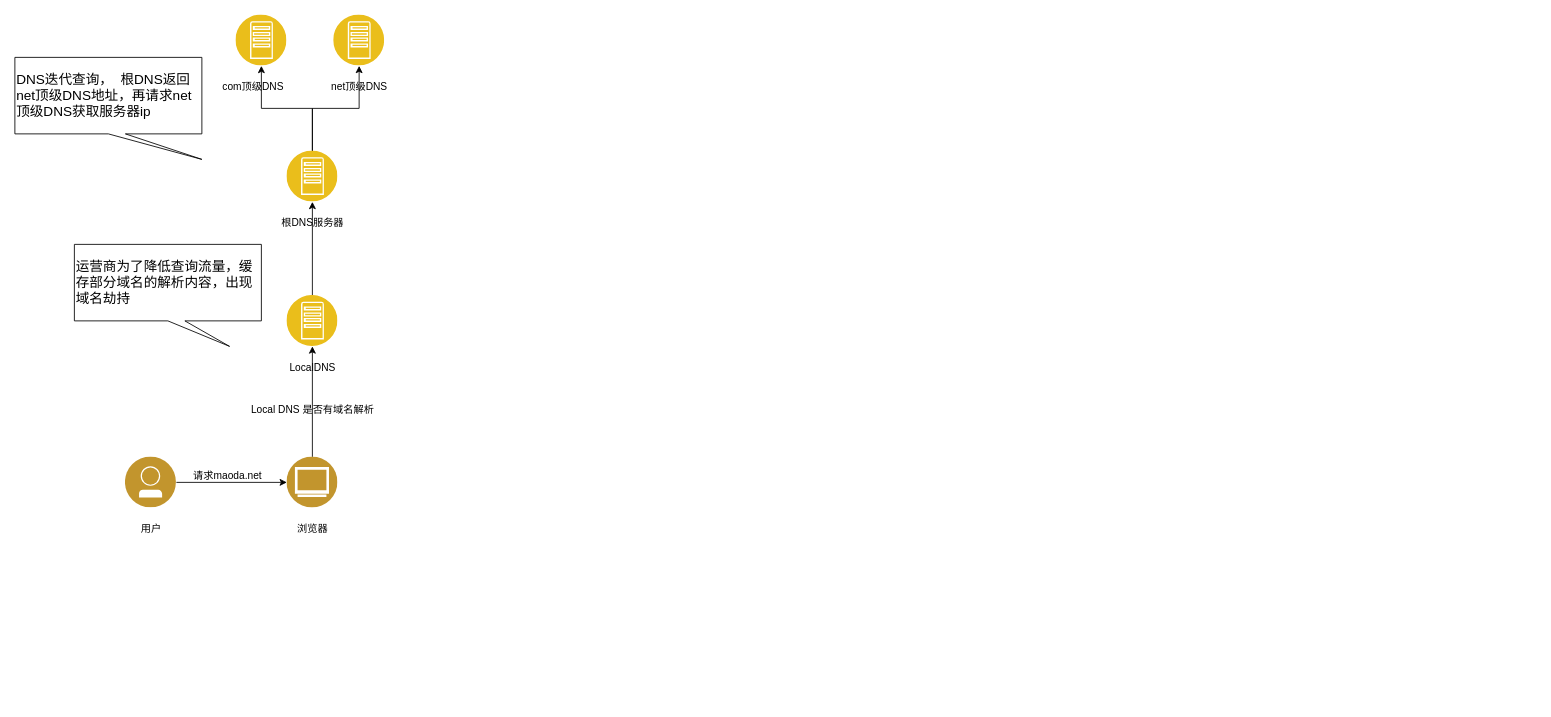
Above: HTTP请求响应的全链路.drawio in ChengziMao/helloword (draw.io), before the change. Source tidied: cells renumbered, new cells numbered last; positions are measured from the earlier drawing's top-left corner, leaving out a move shared by most shapes. Both pictures are drawn from the tidied source at 85%, with x=0, y=0 at pixel (14, 14).
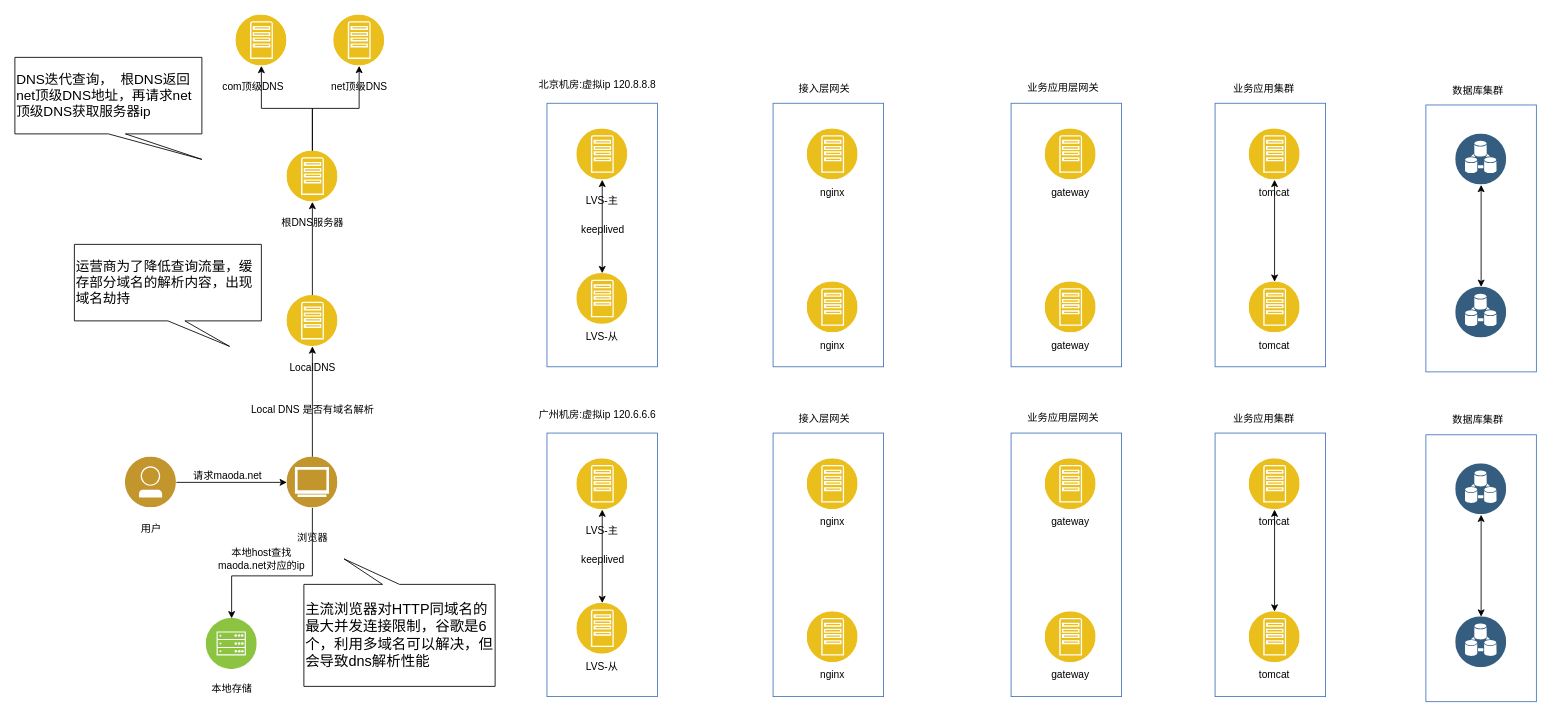
The same diagram, later.

Commit message (it also covers changes not shown here):
更新HTTP请求响应的全链路.drawio

The change refers to these unchanged cells:
```xml
<mxCell id="6" style="image;perimeter=ellipsePerimeter;html=1;align=center;shadow=0;dashed=0;fontColor=#4277BB;labelBackgroundColor=default;fontSize=12;spacingTop=3;image=img/lib/ibm/users/browser.svg;" parent="1" vertex="1">
  <mxGeometry x="320" y="520" width="60" height="60" as="geometry" />
</mxCell>
```

What changed in the source:
```diff
@@
+    <mxCell id="23" style="edgeStyle=orthogonalEdgeStyle;rounded=0;jettySize=auto;html=1;entryX=0.5;entryY=0;entryDx=0;entryDy=0;" parent="1" edge="1" source="6" target="24">
+      <mxGeometry relative="1" as="geometry">
+        <Array as="points">
+          <mxPoint x="350" y="660" />
+          <mxPoint x="255" y="660" />
+        </Array>
+      </mxGeometry>
+    </mxCell>
@@
     <mxCell id="7" value="浏览器" style="text;html=1;align=center;verticalAlign=middle;strokeColor=none;fillColor=none;" parent="1" vertex="1">
-      <mxGeometry x="320" y="590" width="60" height="30" as="geometry" />
+      <mxGeometry x="320" y="600" width="60" height="30" as="geometry" />
     </mxCell>
@@
+    <mxCell id="24" style="image;perimeter=ellipsePerimeter;html=1;align=center;shadow=0;dashed=0;fontColor=#4277BB;labelBackgroundColor=default;fontSize=12;spacingTop=3;image=img/lib/ibm/infrastructure/mobile_backend.svg;" parent="1" vertex="1">
+      <mxGeometry x="225" y="710" width="60" height="60" as="geometry" />
+    </mxCell>
+    <mxCell id="25" value="本地存储" style="text;html=1;align=center;verticalAlign=middle;strokeColor=none;fillColor=none;" parent="1" vertex="1">
+      <mxGeometry x="220" y="778" width="70" height="30" as="geometry" />
+    </mxCell>
+    <mxCell id="26" value="本地host查找&lt;div&gt;maoda.net对应的ip&lt;/div&gt;" style="text;html=1;align=center;verticalAlign=middle;strokeColor=none;fillColor=none;" parent="1" vertex="1">
+      <mxGeometry x="225" y="620" width="130" height="40" as="geometry" />
+    </mxCell>
+    <mxCell id="27" value="主流浏览器对HTTP同域名的最大并发连接限制，谷歌是6个，利用多域名可以解决，但会导致dns解析性能" style="shape=callout;whiteSpace=wrap;html=1;perimeter=calloutPerimeter;direction=west;position2=0.79;align=left;fontSize=17;" parent="1" vertex="1">
+      <mxGeometry x="340" y="640" width="225" height="150" as="geometry" />
+    </mxCell>
+    <mxCell id="28" style="fontStyle=0;verticalAlign=top;align=center;spacingTop=-2;fillColor=none;rounded=0;whiteSpace=wrap;html=1;strokeColor=#4376BB;strokeWidth=1;dashed=0;" parent="1" vertex="1">
+      <mxGeometry x="626" y="104" width="130" height="310" as="geometry" />
+    </mxCell>
+    <mxCell id="29" style="image;perimeter=ellipsePerimeter;html=1;align=center;shadow=0;dashed=0;fontColor=#4277BB;labelBackgroundColor=default;fontSize=12;spacingTop=3;image=img/lib/ibm/applications/app_server.svg;" parent="28" vertex="1">
+      <mxGeometry x="35" y="30" width="60" height="60" as="geometry" />
+    </mxCell>
+    <mxCell id="30" style="image;perimeter=ellipsePerimeter;html=1;align=center;shadow=0;dashed=0;fontColor=#4277BB;labelBackgroundColor=default;fontSize=12;spacingTop=3;image=img/lib/ibm/applications/app_server.svg;" parent="28" vertex="1">
+      <mxGeometry x="35" y="200" width="60" height="60" as="geometry" />
+    </mxCell>
+    <mxCell id="31" style="endArrow=classic;startArrow=classic;html=1;rounded=0;exitX=0.5;exitY=0;exitDx=0;exitDy=0;" parent="28" edge="1" source="30" target="29">
+      <mxGeometry relative="1" as="geometry" />
+    </mxCell>
+    <mxCell id="32" value="LVS-从" style="text;html=1;align=center;verticalAlign=middle;whiteSpace=wrap;rounded=0;" parent="28" vertex="1">
+      <mxGeometry x="35" y="260" width="60" height="30" as="geometry" />
+    </mxCell>
+    <mxCell id="33" value="LVS-主" style="text;html=1;align=center;verticalAlign=middle;whiteSpace=wrap;rounded=0;" parent="28" vertex="1">
+      <mxGeometry x="35" y="100" width="60" height="30" as="geometry" />
+    </mxCell>
+    <mxCell id="34" value="keeplived" style="text;html=1;align=center;verticalAlign=middle;whiteSpace=wrap;rounded=0;" parent="28" vertex="1">
+      <mxGeometry x="36" y="134" width="60" height="30" as="geometry" />
+    </mxCell>
+    <mxCell id="35" style="fontStyle=0;verticalAlign=top;align=center;spacingTop=-2;fillColor=none;rounded=0;whiteSpace=wrap;html=1;strokeColor=#4376BB;strokeWidth=1;dashed=0;" parent="1" vertex="1">
+      <mxGeometry x="892" y="104" width="130" height="310" as="geometry" />
+    </mxCell>
+    <mxCell id="36" style="image;perimeter=ellipsePerimeter;html=1;align=center;shadow=0;dashed=0;fontColor=#4277BB;labelBackgroundColor=default;fontSize=12;spacingTop=3;image=img/lib/ibm/applications/app_server.svg;" parent="35" vertex="1">
+      <mxGeometry x="40" y="30" width="60" height="60" as="geometry" />
+    </mxCell>
+    <mxCell id="37" style="image;perimeter=ellipsePerimeter;html=1;align=center;shadow=0;dashed=0;fontColor=#4277BB;labelBackgroundColor=default;fontSize=12;spacingTop=3;image=img/lib/ibm/applications/app_server.svg;" parent="35" vertex="1">
+      <mxGeometry x="40" y="210" width="60" height="60" as="geometry" />
+    </mxCell>
+    <mxCell id="38" value="nginx" style="text;html=1;align=center;verticalAlign=middle;whiteSpace=wrap;rounded=0;" parent="35" vertex="1">
+      <mxGeometry x="40" y="90" width="60" height="30" as="geometry" />
+    </mxCell>
+    <mxCell id="39" value="nginx" style="text;html=1;align=center;verticalAlign=middle;whiteSpace=wrap;rounded=0;" parent="35" vertex="1">
+      <mxGeometry x="40" y="270" width="60" height="30" as="geometry" />
+    </mxCell>
+    <mxCell id="40" style="fontStyle=0;verticalAlign=top;align=center;spacingTop=-2;fillColor=none;rounded=0;whiteSpace=wrap;html=1;strokeColor=#4376BB;strokeWidth=1;dashed=0;" parent="1" vertex="1">
+      <mxGeometry x="1172" y="104" width="130" height="310" as="geometry" />
+    </mxCell>
+    <mxCell id="41" style="image;perimeter=ellipsePerimeter;html=1;align=center;shadow=0;dashed=0;fontColor=#4277BB;labelBackgroundColor=default;fontSize=12;spacingTop=3;image=img/lib/ibm/applications/app_server.svg;" parent="40" vertex="1">
+      <mxGeometry x="40" y="30" width="60" height="60" as="geometry" />
+    </mxCell>
+    <mxCell id="42" style="image;perimeter=ellipsePerimeter;html=1;align=center;shadow=0;dashed=0;fontColor=#4277BB;labelBackgroundColor=default;fontSize=12;spacingTop=3;image=img/lib/ibm/applications/app_server.svg;" parent="40" vertex="1">
+      <mxGeometry x="40" y="210" width="60" height="60" as="geometry" />
+    </mxCell>
+    <mxCell id="43" value="gateway" style="text;html=1;align=center;verticalAlign=middle;whiteSpace=wrap;rounded=0;" parent="40" vertex="1">
+      <mxGeometry x="40" y="90" width="60" height="30" as="geometry" />
+    </mxCell>
+    <mxCell id="44" value="gateway" style="text;html=1;align=center;verticalAlign=middle;whiteSpace=wrap;rounded=0;" parent="40" vertex="1">
+      <mxGeometry x="40" y="270" width="60" height="30" as="geometry" />
+    </mxCell>
+    <mxCell id="45" style="fontStyle=0;verticalAlign=top;align=center;spacingTop=-2;fillColor=none;rounded=0;whiteSpace=wrap;html=1;strokeColor=#4376BB;strokeWidth=1;dashed=0;" parent="1" vertex="1">
+      <mxGeometry x="1412" y="104" width="130" height="310" as="geometry" />
+    </mxCell>
+    <mxCell id="46" style="image;perimeter=ellipsePerimeter;html=1;align=center;shadow=0;dashed=0;fontColor=#4277BB;labelBackgroundColor=default;fontSize=12;spacingTop=3;image=img/lib/ibm/applications/app_server.svg;" parent="45" vertex="1">
+      <mxGeometry x="40" y="30" width="60" height="60" as="geometry" />
+    </mxCell>
+    <mxCell id="47" style="image;perimeter=ellipsePerimeter;html=1;align=center;shadow=0;dashed=0;fontColor=#4277BB;labelBackgroundColor=default;fontSize=12;spacingTop=3;image=img/lib/ibm/applications/app_server.svg;" parent="45" vertex="1">
+      <mxGeometry x="40" y="210" width="60" height="60" as="geometry" />
+    </mxCell>
+    <mxCell id="48" value="tomcat" style="text;html=1;align=center;verticalAlign=middle;whiteSpace=wrap;rounded=0;" parent="45" vertex="1">
+      <mxGeometry x="40" y="90" width="60" height="30" as="geometry" />
+    </mxCell>
+    <mxCell id="49" value="tomcat" style="text;html=1;align=center;verticalAlign=middle;whiteSpace=wrap;rounded=0;" parent="45" vertex="1">
+      <mxGeometry x="40" y="270" width="60" height="30" as="geometry" />
+    </mxCell>
+    <mxCell id="50" style="endArrow=classic;startArrow=classic;html=1;rounded=0;" parent="45" edge="1" source="47" target="46">
+      <mxGeometry relative="1" as="geometry" />
+    </mxCell>
+    <mxCell id="51" style="fontStyle=0;verticalAlign=top;align=center;spacingTop=-2;fillColor=none;rounded=0;whiteSpace=wrap;html=1;strokeColor=#4376BB;strokeWidth=1;dashed=0;" parent="1" vertex="1">
+      <mxGeometry x="1660" y="106" width="130" height="314" as="geometry" />
+    </mxCell>
+    <mxCell id="52" style="image;perimeter=ellipsePerimeter;html=1;align=center;shadow=0;dashed=0;fontColor=#4277BB;labelBackgroundColor=default;fontSize=12;spacingTop=3;image=img/lib/ibm/data/device_registry.svg;" parent="51" vertex="1">
+      <mxGeometry x="35" y="34" width="60" height="60" as="geometry" />
+    </mxCell>
+    <mxCell id="53" style="image;perimeter=ellipsePerimeter;html=1;align=center;shadow=0;dashed=0;fontColor=#4277BB;labelBackgroundColor=default;fontSize=12;spacingTop=3;image=img/lib/ibm/data/device_registry.svg;" parent="51" vertex="1">
+      <mxGeometry x="35" y="214" width="60" height="60" as="geometry" />
+    </mxCell>
+    <mxCell id="54" style="endArrow=classic;startArrow=classic;html=1;rounded=0;" parent="51" edge="1" source="53" target="52">
+      <mxGeometry relative="1" as="geometry" />
+    </mxCell>
+    <mxCell id="55" value="北京机房:虚拟ip 120.8.8.8" style="text;html=1;align=center;verticalAlign=middle;strokeColor=none;fillColor=none;" parent="1" vertex="1">
+      <mxGeometry x="605" y="68" width="160" height="30" as="geometry" />
+    </mxCell>
+    <mxCell id="56" value="接入层网关" style="text;html=1;align=center;verticalAlign=middle;strokeColor=none;fillColor=none;" parent="1" vertex="1">
+      <mxGeometry x="912" y="72" width="80" height="30" as="geometry" />
+    </mxCell>
+    <mxCell id="57" value="业务应用层网关" style="text;html=1;align=center;verticalAlign=middle;strokeColor=none;fillColor=none;" parent="1" vertex="1">
+      <mxGeometry x="1178" y="71" width="110" height="30" as="geometry" />
+    </mxCell>
+    <mxCell id="58" value="业务应用集群" style="text;html=1;align=center;verticalAlign=middle;strokeColor=none;fillColor=none;" parent="1" vertex="1">
+      <mxGeometry x="1419" y="72" width="100" height="30" as="geometry" />
+    </mxCell>
+    <mxCell id="59" value="数据库集群" style="text;html=1;align=center;verticalAlign=middle;strokeColor=none;fillColor=none;" parent="1" vertex="1">
+      <mxGeometry x="1681" y="74" width="80" height="30" as="geometry" />
+    </mxCell>
+    <mxCell id="60" style="fontStyle=0;verticalAlign=top;align=center;spacingTop=-2;fillColor=none;rounded=0;whiteSpace=wrap;html=1;strokeColor=#4376BB;strokeWidth=1;dashed=0;" parent="1" vertex="1">
+      <mxGeometry x="626" y="492" width="130" height="310" as="geometry" />
+    </mxCell>
+    <mxCell id="61" style="image;perimeter=ellipsePerimeter;html=1;align=center;shadow=0;dashed=0;fontColor=#4277BB;labelBackgroundColor=default;fontSize=12;spacingTop=3;image=img/lib/ibm/applications/app_server.svg;" parent="60" vertex="1">
+      <mxGeometry x="35" y="30" width="60" height="60" as="geometry" />
+    </mxCell>
+    <mxCell id="62" style="image;perimeter=ellipsePerimeter;html=1;align=center;shadow=0;dashed=0;fontColor=#4277BB;labelBackgroundColor=default;fontSize=12;spacingTop=3;image=img/lib/ibm/applications/app_server.svg;" parent="60" vertex="1">
+      <mxGeometry x="35" y="200" width="60" height="60" as="geometry" />
+    </mxCell>
+    <mxCell id="63" style="endArrow=classic;startArrow=classic;html=1;rounded=0;exitX=0.5;exitY=0;exitDx=0;exitDy=0;" parent="60" edge="1" source="62" target="61">
+      <mxGeometry relative="1" as="geometry" />
+    </mxCell>
+    <mxCell id="64" value="LVS-从" style="text;html=1;align=center;verticalAlign=middle;whiteSpace=wrap;rounded=0;" parent="60" vertex="1">
+      <mxGeometry x="35" y="260" width="60" height="30" as="geometry" />
+    </mxCell>
+    <mxCell id="65" value="LVS-主" style="text;html=1;align=center;verticalAlign=middle;whiteSpace=wrap;rounded=0;" parent="60" vertex="1">
+      <mxGeometry x="35" y="100" width="60" height="30" as="geometry" />
+    </mxCell>
+    <mxCell id="66" value="keeplived" style="text;html=1;align=center;verticalAlign=middle;whiteSpace=wrap;rounded=0;" parent="60" vertex="1">
+      <mxGeometry x="36" y="134" width="60" height="30" as="geometry" />
+    </mxCell>
+    <mxCell id="67" style="fontStyle=0;verticalAlign=top;align=center;spacingTop=-2;fillColor=none;rounded=0;whiteSpace=wrap;html=1;strokeColor=#4376BB;strokeWidth=1;dashed=0;" parent="1" vertex="1">
+      <mxGeometry x="892" y="492" width="130" height="310" as="geometry" />
+    </mxCell>
+    <mxCell id="68" style="image;perimeter=ellipsePerimeter;html=1;align=center;shadow=0;dashed=0;fontColor=#4277BB;labelBackgroundColor=default;fontSize=12;spacingTop=3;image=img/lib/ibm/applications/app_server.svg;" parent="67" vertex="1">
+      <mxGeometry x="40" y="30" width="60" height="60" as="geometry" />
+    </mxCell>
+    <mxCell id="69" style="image;perimeter=ellipsePerimeter;html=1;align=center;shadow=0;dashed=0;fontColor=#4277BB;labelBackgroundColor=default;fontSize=12;spacingTop=3;image=img/lib/ibm/applications/app_server.svg;" parent="67" vertex="1">
+      <mxGeometry x="40" y="210" width="60" height="60" as="geometry" />
+    </mxCell>
+    <mxCell id="70" value="nginx" style="text;html=1;align=center;verticalAlign=middle;whiteSpace=wrap;rounded=0;" parent="67" vertex="1">
+      <mxGeometry x="40" y="90" width="60" height="30" as="geometry" />
+    </mxCell>
+    <mxCell id="71" value="nginx" style="text;html=1;align=center;verticalAlign=middle;whiteSpace=wrap;rounded=0;" parent="67" vertex="1">
+      <mxGeometry x="40" y="270" width="60" height="30" as="geometry" />
+    </mxCell>
+    <mxCell id="72" style="fontStyle=0;verticalAlign=top;align=center;spacingTop=-2;fillColor=none;rounded=0;whiteSpace=wrap;html=1;strokeColor=#4376BB;strokeWidth=1;dashed=0;" parent="1" vertex="1">
+      <mxGeometry x="1172" y="492" width="130" height="310" as="geometry" />
+    </mxCell>
+    <mxCell id="73" style="image;perimeter=ellipsePerimeter;html=1;align=center;shadow=0;dashed=0;fontColor=#4277BB;labelBackgroundColor=default;fontSize=12;spacingTop=3;image=img/lib/ibm/applications/app_server.svg;" parent="72" vertex="1">
+      <mxGeometry x="40" y="30" width="60" height="60" as="geometry" />
+    </mxCell>
+    <mxCell id="74" style="image;perimeter=ellipsePerimeter;html=1;align=center;shadow=0;dashed=0;fontColor=#4277BB;labelBackgroundColor=default;fontSize=12;spacingTop=3;image=img/lib/ibm/applications/app_server.svg;" parent="72" vertex="1">
+      <mxGeometry x="40" y="210" width="60" height="60" as="geometry" />
+    </mxCell>
+    <mxCell id="75" value="gateway" style="text;html=1;align=center;verticalAlign=middle;whiteSpace=wrap;rounded=0;" parent="72" vertex="1">
+      <mxGeometry x="40" y="90" width="60" height="30" as="geometry" />
+    </mxCell>
+    <mxCell id="76" value="gateway" style="text;html=1;align=center;verticalAlign=middle;whiteSpace=wrap;rounded=0;" parent="72" vertex="1">
+      <mxGeometry x="40" y="270" width="60" height="30" as="geometry" />
+    </mxCell>
+    <mxCell id="77" style="fontStyle=0;verticalAlign=top;align=center;spacingTop=-2;fillColor=none;rounded=0;whiteSpace=wrap;html=1;strokeColor=#4376BB;strokeWidth=1;dashed=0;" parent="1" vertex="1">
+      <mxGeometry x="1412" y="492" width="130" height="310" as="geometry" />
+    </mxCell>
+    <mxCell id="78" style="image;perimeter=ellipsePerimeter;html=1;align=center;shadow=0;dashed=0;fontColor=#4277BB;labelBackgroundColor=default;fontSize=12;spacingTop=3;image=img/lib/ibm/applications/app_server.svg;" parent="77" vertex="1">
+      <mxGeometry x="40" y="30" width="60" height="60" as="geometry" />
+    </mxCell>
+    <mxCell id="79" style="image;perimeter=ellipsePerimeter;html=1;align=center;shadow=0;dashed=0;fontColor=#4277BB;labelBackgroundColor=default;fontSize=12;spacingTop=3;image=img/lib/ibm/applications/app_server.svg;" parent="77" vertex="1">
+      <mxGeometry x="40" y="210" width="60" height="60" as="geometry" />
+    </mxCell>
+    <mxCell id="80" value="tomcat" style="text;html=1;align=center;verticalAlign=middle;whiteSpace=wrap;rounded=0;" parent="77" vertex="1">
+      <mxGeometry x="40" y="90" width="60" height="30" as="geometry" />
+    </mxCell>
+    <mxCell id="81" value="tomcat" style="text;html=1;align=center;verticalAlign=middle;whiteSpace=wrap;rounded=0;" parent="77" vertex="1">
+      <mxGeometry x="40" y="270" width="60" height="30" as="geometry" />
+    </mxCell>
+    <mxCell id="82" style="endArrow=classic;startArrow=classic;html=1;rounded=0;" parent="77" edge="1" source="79" target="78">
+      <mxGeometry relative="1" as="geometry" />
+    </mxCell>
+    <mxCell id="83" style="fontStyle=0;verticalAlign=top;align=center;spacingTop=-2;fillColor=none;rounded=0;whiteSpace=wrap;html=1;strokeColor=#4376BB;strokeWidth=1;dashed=0;" parent="1" vertex="1">
+      <mxGeometry x="1660" y="494" width="130" height="314" as="geometry" />
+    </mxCell>
+    <mxCell id="84" style="image;perimeter=ellipsePerimeter;html=1;align=center;shadow=0;dashed=0;fontColor=#4277BB;labelBackgroundColor=default;fontSize=12;spacingTop=3;image=img/lib/ibm/data/device_registry.svg;" parent="83" vertex="1">
+      <mxGeometry x="35" y="34" width="60" height="60" as="geometry" />
+    </mxCell>
+    <mxCell id="85" style="image;perimeter=ellipsePerimeter;html=1;align=center;shadow=0;dashed=0;fontColor=#4277BB;labelBackgroundColor=default;fontSize=12;spacingTop=3;image=img/lib/ibm/data/device_registry.svg;" parent="83" vertex="1">
+      <mxGeometry x="35" y="214" width="60" height="60" as="geometry" />
+    </mxCell>
+    <mxCell id="86" style="endArrow=classic;startArrow=classic;html=1;rounded=0;" parent="83" edge="1" source="85" target="84">
+      <mxGeometry relative="1" as="geometry" />
+    </mxCell>
+    <mxCell id="87" value="广州机房:虚拟ip 120.6.6.6" style="text;html=1;align=center;verticalAlign=middle;strokeColor=none;fillColor=none;" parent="1" vertex="1">
+      <mxGeometry x="605" y="456" width="160" height="30" as="geometry" />
+    </mxCell>
+    <mxCell id="88" value="接入层网关" style="text;html=1;align=center;verticalAlign=middle;strokeColor=none;fillColor=none;" parent="1" vertex="1">
+      <mxGeometry x="912" y="460" width="80" height="30" as="geometry" />
+    </mxCell>
+    <mxCell id="89" value="业务应用层网关" style="text;html=1;align=center;verticalAlign=middle;strokeColor=none;fillColor=none;" parent="1" vertex="1">
+      <mxGeometry x="1178" y="459" width="110" height="30" as="geometry" />
+    </mxCell>
+    <mxCell id="90" value="业务应用集群" style="text;html=1;align=center;verticalAlign=middle;strokeColor=none;fillColor=none;" parent="1" vertex="1">
+      <mxGeometry x="1419" y="460" width="100" height="30" as="geometry" />
+    </mxCell>
+    <mxCell id="91" value="数据库集群" style="text;html=1;align=center;verticalAlign=middle;strokeColor=none;fillColor=none;" parent="1" vertex="1">
+      <mxGeometry x="1681" y="462" width="80" height="30" as="geometry" />
+    </mxCell>
```
